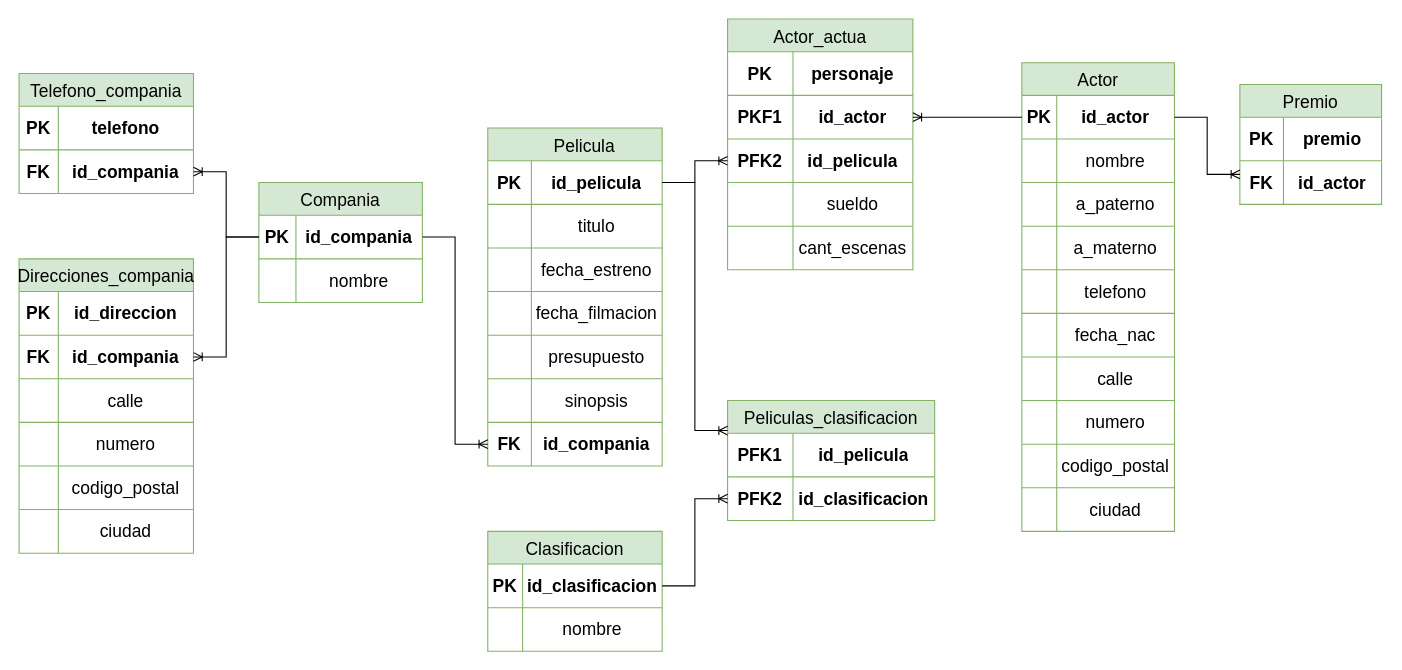
Before: Modelo Relacional-logico ejemplo pelis.drawio in misiomishi/itcj, a draw.io diagram. Source tidied: cells renumbered, new cells numbered last; positions are measured from the earlier drawing's top-left corner, leaving out a move shared by most shapes. Both pictures are drawn from the tidied source at 109%, with x=0, y=0 at pixel (19, 19).
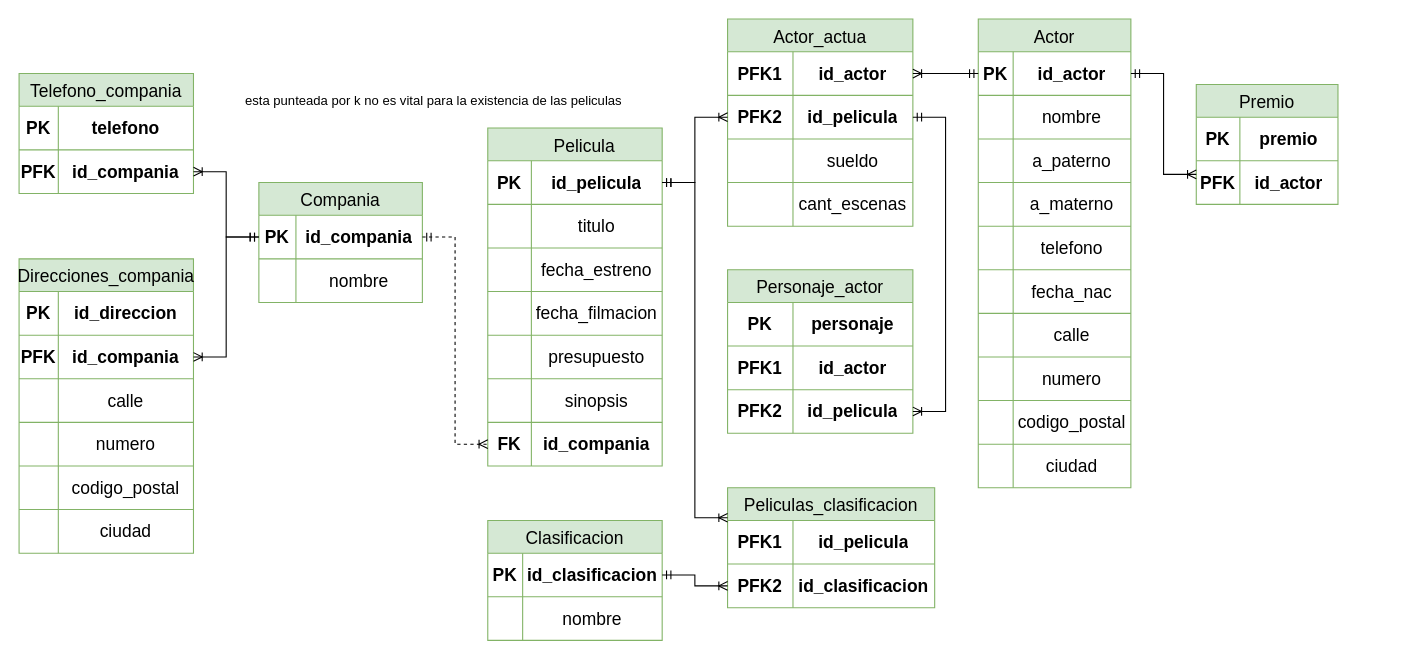
The same diagram, later.

The change refers to these unchanged cells:
```xml
<mxCell id="3" style="shape=tableRow;horizontal=0;startSize=0;swimlaneHead=0;swimlaneBody=0;strokeColor=inherit;top=0;left=0;bottom=0;right=0;fillColor=none;points=[[0,0.5],[1,0.5]];portConstraint=eastwest;fontSize=16;" parent="2" vertex="1">
  <mxGeometry y="30" width="160" height="40" as="geometry" />
</mxCell>
<mxCell id="21" style="shape=tableRow;horizontal=0;startSize=0;swimlaneHead=0;swimlaneBody=0;strokeColor=inherit;top=0;left=0;bottom=0;right=0;fillColor=none;points=[[0,0.5],[1,0.5]];portConstraint=eastwest;fontSize=16;" parent="2" vertex="1">
  <mxGeometry y="270" width="160" height="40" as="geometry" />
</mxCell>
<mxCell id="25" style="shape=tableRow;horizontal=0;startSize=0;swimlaneHead=0;swimlaneBody=0;strokeColor=inherit;top=0;left=0;bottom=0;right=0;fillColor=none;points=[[0,0.5],[1,0.5]];portConstraint=eastwest;fontSize=16;" parent="24" vertex="1">
  <mxGeometry y="30" width="150" height="40" as="geometry" />
</mxCell>
<mxCell id="35" style="shape=tableRow;horizontal=0;startSize=0;swimlaneHead=0;swimlaneBody=0;strokeColor=inherit;top=0;left=0;bottom=0;right=0;fillColor=none;points=[[0,0.5],[1,0.5]];portConstraint=eastwest;fontSize=16;" parent="31" vertex="1">
  <mxGeometry y="70" width="160" height="40" as="geometry" />
</mxCell>
<mxCell id="54" style="shape=tableRow;horizontal=0;startSize=0;swimlaneHead=0;swimlaneBody=0;strokeColor=inherit;top=0;left=0;bottom=0;right=0;fillColor=none;points=[[0,0.5],[1,0.5]];portConstraint=eastwest;fontSize=16;" parent="50" vertex="1">
  <mxGeometry y="70" width="160" height="40" as="geometry" />
</mxCell>
<mxCell id="58" style="shape=tableRow;horizontal=0;startSize=0;swimlaneHead=0;swimlaneBody=0;strokeColor=inherit;top=0;left=0;bottom=0;right=0;fillColor=none;points=[[0,0.5],[1,0.5]];portConstraint=eastwest;fontSize=16;" parent="57" vertex="1">
  <mxGeometry y="30" width="160" height="40" as="geometry" />
</mxCell>
<mxCell id="65" style="shape=tableRow;horizontal=0;startSize=0;swimlaneHead=0;swimlaneBody=0;strokeColor=inherit;top=0;left=0;bottom=0;right=0;fillColor=none;points=[[0,0.5],[1,0.5]];portConstraint=eastwest;fontSize=16;" parent="64" vertex="1">
  <mxGeometry y="30" width="140" height="40" as="geometry" />
</mxCell>
<mxCell id="99" style="shape=tableRow;horizontal=0;startSize=0;swimlaneHead=0;swimlaneBody=0;strokeColor=inherit;top=0;left=0;bottom=0;right=0;fillColor=none;fontSize=16;" parent="95" vertex="1">
  <mxGeometry y="70" width="130" height="40" as="geometry" />
</mxCell>
<mxCell id="125" style="shape=tableRow;horizontal=0;startSize=0;swimlaneHead=0;swimlaneBody=0;strokeColor=inherit;top=0;left=0;bottom=0;right=0;fillColor=none;points=[[0,0.5],[1,0.5]];portConstraint=eastwest;fontSize=16;" parent="121" vertex="1">
  <mxGeometry y="70" width="190" height="40" as="geometry" />
</mxCell>
```

Change to the diagram source:
```diff
@@
-    <mxCell id="36" value="FK" style="shape=partialRectangle;html=1;whiteSpace=wrap;strokeColor=inherit;overflow=hidden;fillColor=none;top=0;left=0;bottom=0;right=0;fontSize=16;fontStyle=1;" parent="35" vertex="1">
+    <mxCell id="36" value="PFK" style="shape=partialRectangle;html=1;whiteSpace=wrap;strokeColor=inherit;overflow=hidden;fillColor=none;top=0;left=0;bottom=0;right=0;fontSize=16;fontStyle=1;" parent="35" vertex="1">
       <mxGeometry width="36" height="40" as="geometry" />
     </mxCell>
@@
-    <mxCell id="55" value="FK" style="shape=partialRectangle;html=1;whiteSpace=wrap;strokeColor=inherit;overflow=hidden;fillColor=none;top=0;left=0;bottom=0;right=0;fontSize=16;fontStyle=1;" parent="54" vertex="1">
+    <mxCell id="55" value="PFK" style="shape=partialRectangle;html=1;whiteSpace=wrap;strokeColor=inherit;overflow=hidden;fillColor=none;top=0;left=0;bottom=0;right=0;fontSize=16;fontStyle=1;" parent="54" vertex="1">
       <mxGeometry width="36" height="40" as="geometry" />
     </mxCell>
@@
     <mxCell id="57" value="Clasificacion" style="shape=table;startSize=30;childLayout=tableLayout;strokeColor=#82b366;fontSize=16;fillColor=#d5e8d4;" parent="1" vertex="1">
-      <mxGeometry x="430" y="470" width="160" height="110" as="geometry" />
+      <mxGeometry x="430" y="460" width="160" height="110" as="geometry" />
     </mxCell>
@@
     <mxCell id="64" value="Actor" style="shape=table;startSize=30;childLayout=tableLayout;strokeColor=#82b366;fontSize=16;fillColor=#d5e8d4;" parent="1" vertex="1">
-      <mxGeometry x="920" y="40" width="140" height="430" as="geometry" />
+      <mxGeometry x="880" width="140" height="430" as="geometry" />
     </mxCell>
@@
     <mxCell id="95" value="Premio" style="shape=table;startSize=30;childLayout=tableLayout;strokeColor=#82b366;fontSize=16;fillColor=#d5e8d4;" parent="1" vertex="1">
-      <mxGeometry x="1120" y="60" width="130" height="110" as="geometry" />
+      <mxGeometry x="1080" y="60" width="130" height="110" as="geometry" />
     </mxCell>
@@
-    <mxCell id="100" value="FK" style="shape=partialRectangle;html=1;whiteSpace=wrap;strokeColor=inherit;overflow=hidden;fillColor=none;top=0;left=0;bottom=0;right=0;fontSize=16;fontStyle=1;" parent="99" vertex="1">
+    <mxCell id="100" value="PFK" style="shape=partialRectangle;html=1;whiteSpace=wrap;strokeColor=inherit;overflow=hidden;fillColor=none;top=0;left=0;bottom=0;right=0;fontSize=16;fontStyle=1;" parent="99" vertex="1">
       <mxGeometry width="40" height="40" as="geometry" />
     </mxCell>
@@
     <mxCell id="102" value="Actor_actua" style="shape=table;startSize=30;childLayout=tableLayout;strokeColor=#82b366;fontSize=16;fillColor=#d5e8d4;" parent="1" vertex="1">
-      <mxGeometry x="650" width="170" height="230" as="geometry" />
+      <mxGeometry x="650" width="170" height="190" as="geometry" />
     </mxCell>
-    <mxCell id="103" style="shape=tableRow;horizontal=0;startSize=0;swimlaneHead=0;swimlaneBody=0;strokeColor=inherit;top=0;left=0;bottom=0;right=0;fillColor=none;fontSize=16;" parent="102" vertex="1">
-      <mxGeometry y="30" width="170" height="40" as="geometry" />
-    </mxCell>
-    <mxCell id="104" value="PK" style="shape=partialRectangle;html=1;whiteSpace=wrap;strokeColor=inherit;overflow=hidden;fillColor=none;top=0;left=0;bottom=0;right=0;fontSize=16;fontStyle=1;" parent="103" vertex="1">
-      <mxGeometry width="60" height="40" as="geometry" />
-    </mxCell>
-    <mxCell id="105" value="personaje" style="shape=partialRectangle;html=1;whiteSpace=wrap;strokeColor=inherit;overflow=hidden;fillColor=none;top=0;left=0;bottom=0;right=0;fontSize=16;fontStyle=1;" parent="103" vertex="1">
-      <mxGeometry x="60" width="110" height="40" as="geometry" />
-    </mxCell>
     <mxCell id="106" style="shape=tableRow;horizontal=0;startSize=0;swimlaneHead=0;swimlaneBody=0;strokeColor=inherit;top=0;left=0;bottom=0;right=0;fillColor=none;points=[[0,0.5],[1,0.5]];portConstraint=eastwest;fontSize=16;" parent="102" vertex="1">
-      <mxGeometry y="70" width="170" height="40" as="geometry" />
+      <mxGeometry y="30" width="170" height="40" as="geometry" />
     </mxCell>
-    <mxCell id="107" value="PKF1" style="shape=partialRectangle;html=1;whiteSpace=wrap;strokeColor=inherit;overflow=hidden;fillColor=none;top=0;left=0;bottom=0;right=0;fontSize=16;fontStyle=1;" parent="106" vertex="1">
+    <mxCell id="107" value="PFK1" style="shape=partialRectangle;html=1;whiteSpace=wrap;strokeColor=inherit;overflow=hidden;fillColor=none;top=0;left=0;bottom=0;right=0;fontSize=16;fontStyle=1;" parent="106" vertex="1">
       <mxGeometry width="60" height="40" as="geometry" />
     </mxCell>
@@
     <mxCell id="109" style="shape=tableRow;horizontal=0;startSize=0;swimlaneHead=0;swimlaneBody=0;strokeColor=inherit;top=0;left=0;bottom=0;right=0;fillColor=none;points=[[0,0.5],[1,0.5]];portConstraint=eastwest;fontSize=16;" parent="102" vertex="1">
-      <mxGeometry y="110" width="170" height="40" as="geometry" />
+      <mxGeometry y="70" width="170" height="40" as="geometry" />
     </mxCell>
@@
     <mxCell id="112" style="shape=tableRow;horizontal=0;startSize=0;swimlaneHead=0;swimlaneBody=0;strokeColor=inherit;top=0;left=0;bottom=0;right=0;fillColor=none;fontSize=16;" parent="102" vertex="1">
-      <mxGeometry y="150" width="170" height="40" as="geometry" />
+      <mxGeometry y="110" width="170" height="40" as="geometry" />
     </mxCell>
@@
     <mxCell id="115" style="shape=tableRow;horizontal=0;startSize=0;swimlaneHead=0;swimlaneBody=0;strokeColor=inherit;top=0;left=0;bottom=0;right=0;fillColor=none;fontSize=16;" parent="102" vertex="1">
-      <mxGeometry y="190" width="170" height="40" as="geometry" />
+      <mxGeometry y="150" width="170" height="40" as="geometry" />
     </mxCell>
@@
-    <mxCell id="118" style="edgeStyle=entityRelationEdgeStyle;fontSize=12;html=1;endArrow=ERoneToMany;rounded=0;exitX=0;exitY=0.5;exitDx=0;exitDy=0;entryX=1;entryY=0.5;entryDx=0;entryDy=0;" parent="1" edge="1" source="25" target="54">
+    <mxCell id="118" style="edgeStyle=entityRelationEdgeStyle;fontSize=12;html=1;endArrow=ERoneToMany;rounded=0;exitX=0;exitY=0.5;exitDx=0;exitDy=0;entryX=1;entryY=0.5;entryDx=0;entryDy=0;startArrow=ERmandOne;startFill=0;" parent="1" edge="1" source="25" target="54">
       <mxGeometry relative="1" as="geometry" />
     </mxCell>
-    <mxCell id="119" style="edgeStyle=entityRelationEdgeStyle;fontSize=12;html=1;endArrow=ERoneToMany;rounded=0;exitX=0;exitY=0.5;exitDx=0;exitDy=0;entryX=1;entryY=0.5;entryDx=0;entryDy=0;" parent="1" edge="1" source="25" target="35">
+    <mxCell id="119" style="edgeStyle=entityRelationEdgeStyle;fontSize=12;html=1;endArrow=ERoneToMany;rounded=0;exitX=0;exitY=0.5;exitDx=0;exitDy=0;entryX=1;entryY=0.5;entryDx=0;entryDy=0;startArrow=ERmandOne;startFill=0;" parent="1" edge="1" source="25" target="35">
       <mxGeometry relative="1" as="geometry" />
     </mxCell>
-    <mxCell id="120" style="edgeStyle=entityRelationEdgeStyle;fontSize=12;html=1;endArrow=ERoneToMany;rounded=0;entryX=0;entryY=0.5;entryDx=0;entryDy=0;exitX=1;exitY=0.5;exitDx=0;exitDy=0;" parent="1" edge="1" source="25" target="21">
-      <mxGeometry relative="1" as="geometry" />
-    </mxCell>
     <mxCell id="121" value="Peliculas_clasificacion" style="shape=table;startSize=30;childLayout=tableLayout;strokeColor=#82b366;fontSize=16;fillColor=#d5e8d4;" parent="1" vertex="1">
-      <mxGeometry x="650" y="350" width="190" height="110" as="geometry" />
+      <mxGeometry x="650" y="430" width="190" height="110" as="geometry" />
     </mxCell>
@@
-    <mxCell id="128" style="edgeStyle=entityRelationEdgeStyle;fontSize=12;html=1;endArrow=ERoneToMany;rounded=0;entryX=0;entryY=0.25;entryDx=0;entryDy=0;exitX=1;exitY=0.5;exitDx=0;exitDy=0;" parent="1" edge="1" source="3" target="121">
+    <mxCell id="128" style="edgeStyle=entityRelationEdgeStyle;fontSize=12;html=1;endArrow=ERoneToMany;rounded=0;entryX=0;entryY=0.25;entryDx=0;entryDy=0;exitX=1;exitY=0.5;exitDx=0;exitDy=0;startArrow=ERmandOne;startFill=0;" parent="1" edge="1" source="3" target="121">
       <mxGeometry relative="1" as="geometry" />
     </mxCell>
-    <mxCell id="129" style="edgeStyle=entityRelationEdgeStyle;fontSize=12;html=1;endArrow=ERoneToMany;rounded=0;entryX=0;entryY=0.5;entryDx=0;entryDy=0;exitX=1;exitY=0.5;exitDx=0;exitDy=0;" parent="1" edge="1" source="58" target="125">
+    <mxCell id="129" style="edgeStyle=entityRelationEdgeStyle;fontSize=12;html=1;endArrow=ERoneToMany;rounded=0;entryX=0;entryY=0.5;entryDx=0;entryDy=0;exitX=1;exitY=0.5;exitDx=0;exitDy=0;startArrow=ERmandOne;startFill=0;" parent="1" edge="1" source="58" target="125">
       <mxGeometry relative="1" as="geometry" />
     </mxCell>
-    <mxCell id="130" style="edgeStyle=entityRelationEdgeStyle;fontSize=12;html=1;endArrow=ERoneToMany;rounded=0;entryX=0;entryY=0.5;entryDx=0;entryDy=0;exitX=1;exitY=0.5;exitDx=0;exitDy=0;" parent="1" edge="1" source="3" target="109">
+    <mxCell id="130" style="edgeStyle=entityRelationEdgeStyle;fontSize=12;html=1;endArrow=ERoneToMany;rounded=0;entryX=0;entryY=0.5;entryDx=0;entryDy=0;exitX=1;exitY=0.5;exitDx=0;exitDy=0;startArrow=ERmandOne;startFill=0;" parent="1" edge="1" source="3" target="109">
       <mxGeometry relative="1" as="geometry" />
     </mxCell>
-    <mxCell id="131" style="edgeStyle=entityRelationEdgeStyle;fontSize=12;html=1;endArrow=ERoneToMany;rounded=0;entryX=1;entryY=0.5;entryDx=0;entryDy=0;exitX=0;exitY=0.5;exitDx=0;exitDy=0;" parent="1" edge="1" source="65" target="106">
+    <mxCell id="131" style="edgeStyle=entityRelationEdgeStyle;fontSize=12;html=1;endArrow=ERoneToMany;rounded=0;entryX=1;entryY=0.5;entryDx=0;entryDy=0;exitX=0;exitY=0.5;exitDx=0;exitDy=0;startArrow=ERmandOne;startFill=0;" parent="1" edge="1" source="65" target="106">
       <mxGeometry relative="1" as="geometry" />
     </mxCell>
-    <mxCell id="132" style="edgeStyle=entityRelationEdgeStyle;fontSize=12;html=1;endArrow=ERoneToMany;rounded=0;entryX=0;entryY=0.75;entryDx=0;entryDy=0;exitX=1;exitY=0.5;exitDx=0;exitDy=0;" parent="1" edge="1" source="65" target="95">
+    <mxCell id="132" style="edgeStyle=entityRelationEdgeStyle;fontSize=12;html=1;endArrow=ERoneToMany;rounded=0;entryX=0;entryY=0.75;entryDx=0;entryDy=0;exitX=1;exitY=0.5;exitDx=0;exitDy=0;startArrow=ERmandOne;startFill=0;" parent="1" edge="1" source="65" target="95">
       <mxGeometry relative="1" as="geometry" />
     </mxCell>
+    <mxCell id="133" value="Personaje_actor" style="shape=table;startSize=30;childLayout=tableLayout;strokeColor=#82b366;fontSize=16;fillColor=#d5e8d4;" parent="1" vertex="1">
+      <mxGeometry x="650" y="230" width="170" height="150" as="geometry" />
+    </mxCell>
+    <mxCell id="103" style="shape=tableRow;horizontal=0;startSize=0;swimlaneHead=0;swimlaneBody=0;strokeColor=inherit;top=0;left=0;bottom=0;right=0;fillColor=none;fontSize=16;" parent="133" vertex="1">
+      <mxGeometry y="30" width="170" height="40" as="geometry" />
+    </mxCell>
+    <mxCell id="104" value="PK" style="shape=partialRectangle;html=1;whiteSpace=wrap;strokeColor=inherit;overflow=hidden;fillColor=none;top=0;left=0;bottom=0;right=0;fontSize=16;fontStyle=1;" parent="103" vertex="1">
+      <mxGeometry width="60" height="40" as="geometry" />
+    </mxCell>
+    <mxCell id="105" value="personaje" style="shape=partialRectangle;html=1;whiteSpace=wrap;strokeColor=inherit;overflow=hidden;fillColor=none;top=0;left=0;bottom=0;right=0;fontSize=16;fontStyle=1;" parent="103" vertex="1">
+      <mxGeometry x="60" width="110" height="40" as="geometry" />
+    </mxCell>
+    <mxCell id="134" style="shape=tableRow;horizontal=0;startSize=0;swimlaneHead=0;swimlaneBody=0;strokeColor=inherit;top=0;left=0;bottom=0;right=0;fillColor=none;fontSize=16;" parent="133" vertex="1">
+      <mxGeometry y="70" width="170" height="40" as="geometry" />
+    </mxCell>
+    <mxCell id="135" value="PFK1" style="shape=partialRectangle;html=1;whiteSpace=wrap;strokeColor=inherit;overflow=hidden;fillColor=none;top=0;left=0;bottom=0;right=0;fontSize=16;fontStyle=1;" parent="134" vertex="1">
+      <mxGeometry width="60" height="40" as="geometry" />
+    </mxCell>
+    <mxCell id="136" value="id_actor" style="shape=partialRectangle;html=1;whiteSpace=wrap;strokeColor=inherit;overflow=hidden;fillColor=none;top=0;left=0;bottom=0;right=0;fontSize=16;fontStyle=1;" parent="134" vertex="1">
+      <mxGeometry x="60" width="110" height="40" as="geometry" />
+    </mxCell>
+    <mxCell id="137" style="shape=tableRow;horizontal=0;startSize=0;swimlaneHead=0;swimlaneBody=0;strokeColor=inherit;top=0;left=0;bottom=0;right=0;fillColor=none;points=[[0,0.5],[1,0.5]];portConstraint=eastwest;fontSize=16;" parent="133" vertex="1">
+      <mxGeometry y="110" width="170" height="40" as="geometry" />
+    </mxCell>
+    <mxCell id="138" value="PFK2" style="shape=partialRectangle;html=1;whiteSpace=wrap;strokeColor=inherit;overflow=hidden;fillColor=none;top=0;left=0;bottom=0;right=0;fontSize=16;fontStyle=1;" parent="137" vertex="1">
+      <mxGeometry width="60" height="40" as="geometry" />
+    </mxCell>
+    <mxCell id="139" value="id_pelicula" style="shape=partialRectangle;html=1;whiteSpace=wrap;strokeColor=inherit;overflow=hidden;fillColor=none;top=0;left=0;bottom=0;right=0;fontSize=16;fontStyle=1;" parent="137" vertex="1">
+      <mxGeometry x="60" width="110" height="40" as="geometry" />
+    </mxCell>
+    <mxCell id="140" style="edgeStyle=entityRelationEdgeStyle;fontSize=12;html=1;endArrow=ERoneToMany;rounded=0;exitX=1;exitY=0.5;exitDx=0;exitDy=0;entryX=1;entryY=0.5;entryDx=0;entryDy=0;startArrow=ERmandOne;startFill=0;" parent="1" edge="1" source="109" target="137">
+      <mxGeometry relative="1" as="geometry" />
+    </mxCell>
+    <mxCell id="120" style="edgeStyle=entityRelationEdgeStyle;fontSize=12;html=1;endArrow=ERoneToMany;startArrow=ERmandOne;rounded=0;exitX=1;exitY=0.5;exitDx=0;exitDy=0;entryX=0;entryY=0.5;entryDx=0;entryDy=0;dashed=1;" parent="1" edge="1" source="25" target="21">
+      <mxGeometry relative="1" as="geometry" />
+    </mxCell>
+    <mxCell id="141" value="esta punteada por k no es vital para la existencia de las peliculas&lt;br&gt;" style="text;html=1;align=center;verticalAlign=middle;strokeColor=none;fillColor=none;" parent="1" vertex="1">
+      <mxGeometry x="195" y="60" width="370" height="30" as="geometry" />
+    </mxCell>
```
